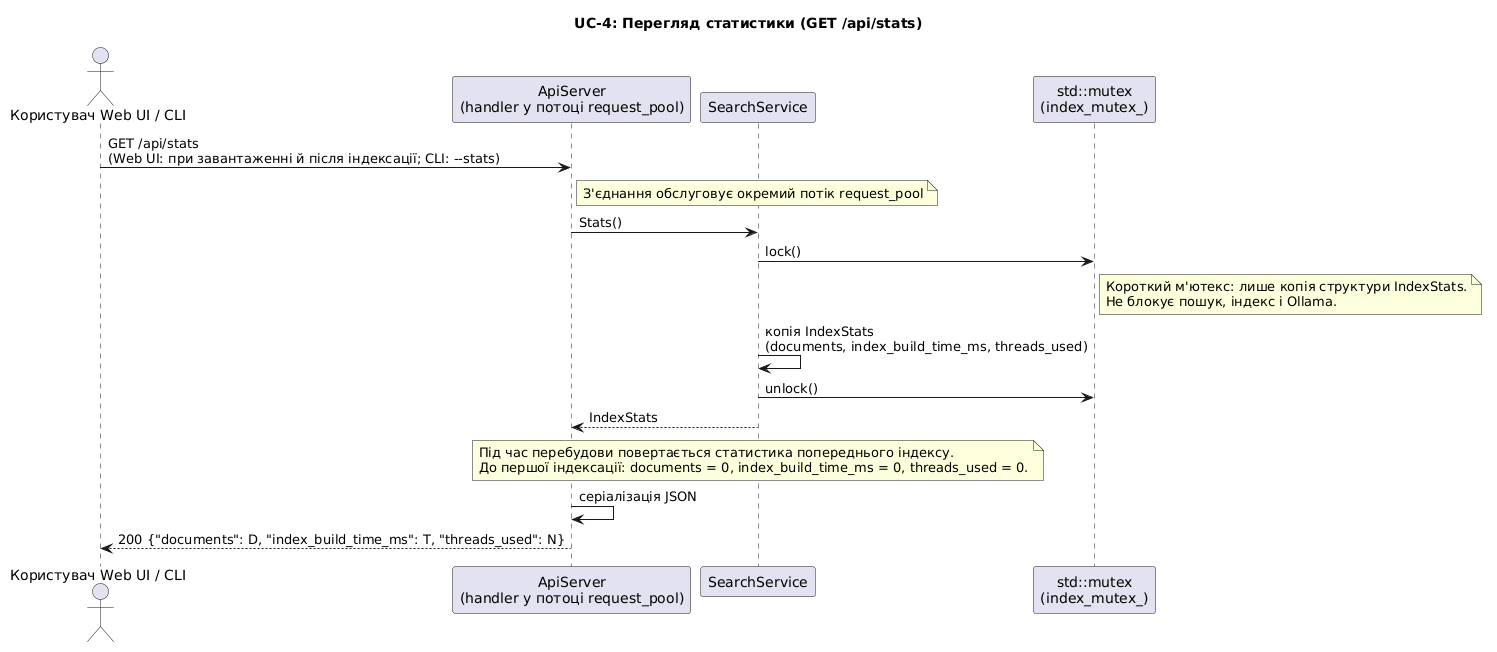
Earlier version of the PlantUML export docs/uml/sequence_uc4_stats.png (DariaMelnyk0206/course_work_parallel_computing).
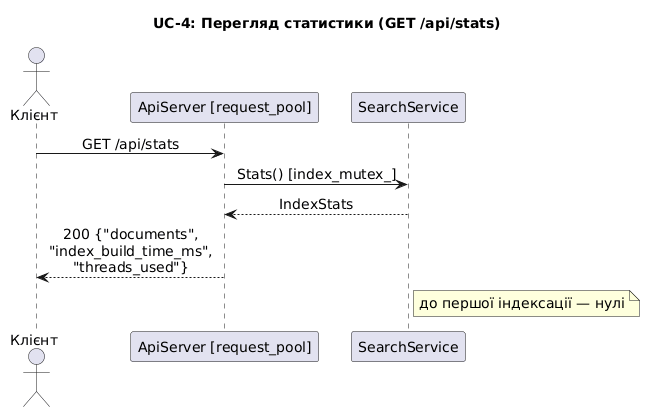
The same file after the commit.

Diff of the diagram source:
```diff
@@ -1,28 +1,15 @@
 @startuml sequence_uc4_stats
 title UC-4: Перегляд статистики (GET /api/stats)
-skinparam responseMessageBelowArrow true
-actor "Користувач Web UI / CLI" as User
-participant "ApiServer\n(handler у потоці request_pool)" as Api
-participant "SearchService" as Svc
-participant "std::mutex\n(index_mutex_)" as Mtx
-
-User -> Api : GET /api/stats\n(Web UI: при завантаженні й після індексації; CLI: --stats)
-note right of Api
-  З'єднання обслуговує окремий потік request_pool
-end note
-Api -> Svc : Stats()
-Svc -> Mtx : lock()
-note right of Mtx
-  Короткий м'ютекс: лише копія структури IndexStats.
-  Не блокує пошук, індекс і Ollama.
-end note
-Svc -> Svc : копія IndexStats\n(documents, index_build_time_ms, threads_used)
-Svc -> Mtx : unlock()
-Svc --> Api : IndexStats
-note over Svc
-  Під час перебудови повертається статистика попереднього індексу.
-  До першої індексації: documents = 0, index_build_time_ms = 0, threads_used = 0.
-end note
-Api -> Api : серіалізація JSON
-Api --> User : 200 {"documents": D, "index_build_time_ms": T, "threads_used": N}
+skinparam shadowing false
+skinparam sequenceMessageAlign center
+skinparam defaultFontSize 14
+skinparam maxMessageSize 260
+actor "Клієнт" as C
+participant "ApiServer [request_pool]" as A
+participant SearchService as S
+C -> A : GET /api/stats
+A -> S : Stats() [index_mutex_]
+S --> A : IndexStats
+A --> C : 200 {"documents", "index_build_time_ms", "threads_used"}
+note right of S : до першої індексації — нулі
 @enduml
```
